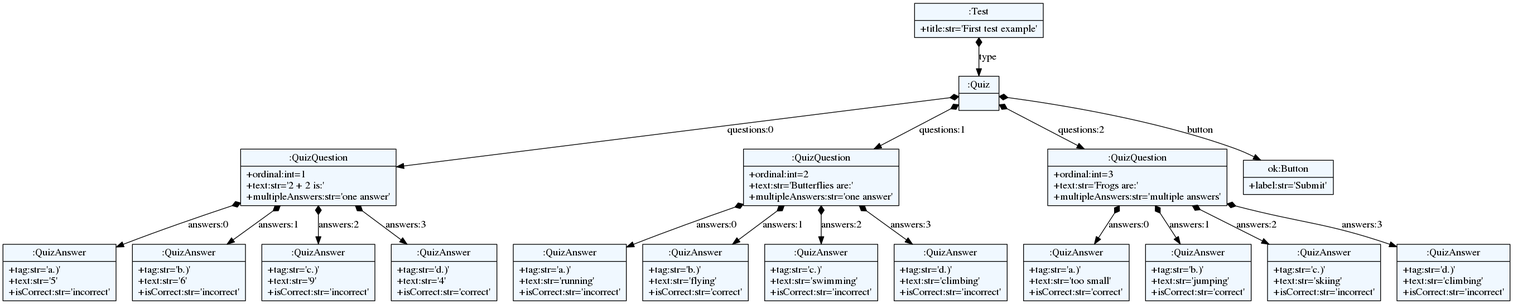
Earlier version of the Graphviz export quiz/example.png (igen-ftn/quizgen). Its source is kept beside it as quiz/example.dot. The source it was exported from:
```dot
    digraph xtext {
    fontname = "Bitstream Vera Sans"
    fontsize = 8
    node[
        shape=record,
        style=filled,
        fillcolor=aliceblue
    ]
    nodesep = 0.3
    edge[dir=black,arrowtail=empty]


140619227879464 -> 140619227604528 [label="type" arrowtail=diamond dir=both]
140619227604528 -> 140619227605760 [label="questions:0" arrowtail=diamond dir=both]
140619227605760 -> 140619227605984 [label="answers:0" arrowtail=diamond dir=both]
140619227605984[label="{:QuizAnswer|+tag:str='a.)'\l+text:str='5'\l+isCorrect:str='incorrect'\l}"]
140619227605760 -> 140619227606096 [label="answers:1" arrowtail=diamond dir=both]
140619227606096[label="{:QuizAnswer|+tag:str='b.)'\l+text:str='6'\l+isCorrect:str='incorrect'\l}"]
140619227605760 -> 140619227606208 [label="answers:2" arrowtail=diamond dir=both]
140619227606208[label="{:QuizAnswer|+tag:str='c.)'\l+text:str='9'\l+isCorrect:str='incorrect'\l}"]
140619227605760 -> 140619227606320 [label="answers:3" arrowtail=diamond dir=both]
140619227606320[label="{:QuizAnswer|+tag:str='d.)'\l+text:str='4'\l+isCorrect:str='correct'\l}"]
140619227605760[label="{:QuizQuestion|+ordinal:int=1\l+text:str='2 + 2 is:'\l+multipleAnswers:str='one answer'\l}"]
140619227604528 -> 140619227605928 [label="questions:1" arrowtail=diamond dir=both]
140619227605928 -> 140619227606432 [label="answers:0" arrowtail=diamond dir=both]
140619227606432[label="{:QuizAnswer|+tag:str='a.)'\l+text:str='running'\l+isCorrect:str='incorrect'\l}"]
140619227605928 -> 140619227606600 [label="answers:1" arrowtail=diamond dir=both]
140619227606600[label="{:QuizAnswer|+tag:str='b.)'\l+text:str='flying'\l+isCorrect:str='correct'\l}"]
140619227605928 -> 140619227606824 [label="answers:2" arrowtail=diamond dir=both]
140619227606824[label="{:QuizAnswer|+tag:str='c.)'\l+text:str='swimming'\l+isCorrect:str='incorrect'\l}"]
140619227605928 -> 140619227606992 [label="answers:3" arrowtail=diamond dir=both]
140619227606992[label="{:QuizAnswer|+tag:str='d.)'\l+text:str='climbing'\l+isCorrect:str='incorrect'\l}"]
140619227605928[label="{:QuizQuestion|+ordinal:int=2\l+text:str='Butterflies are:'\l+multipleAnswers:str='one answer'\l}"]
140619227604528 -> 140619227606040 [label="questions:2" arrowtail=diamond dir=both]
140619227606040 -> 140619227635784 [label="answers:0" arrowtail=diamond dir=both]
140619227635784[label="{:QuizAnswer|+tag:str='a.)'\l+text:str='too small'\l+isCorrect:str='correct'\l}"]
140619227606040 -> 140619227635952 [label="answers:1" arrowtail=diamond dir=both]
140619227635952[label="{:QuizAnswer|+tag:str='b.)'\l+text:str='jumping'\l+isCorrect:str='correct'\l}"]
140619227606040 -> 140619227636064 [label="answers:2" arrowtail=diamond dir=both]
140619227636064[label="{:QuizAnswer|+tag:str='c.)'\l+text:str='skiing'\l+isCorrect:str='incorrect'\l}"]
140619227606040 -> 140619227636288 [label="answers:3" arrowtail=diamond dir=both]
140619227636288[label="{:QuizAnswer|+tag:str='d.)'\l+text:str='climbing'\l+isCorrect:str='incorrect'\l}"]
140619227606040[label="{:QuizQuestion|+ordinal:int=3\l+text:str='Frogs are:'\l+multipleAnswers:str='multiple answers'\l}"]
140619227604528 -> 140619227604640 [label="button" arrowtail=diamond dir=both]
140619227604640[label="{ok:Button|+label:str='Submit'\l}"]
140619227604528[label="{:Quiz|}"]
140619227879464[label="{:Test|+title:str='First test example'\l}"]

}
```
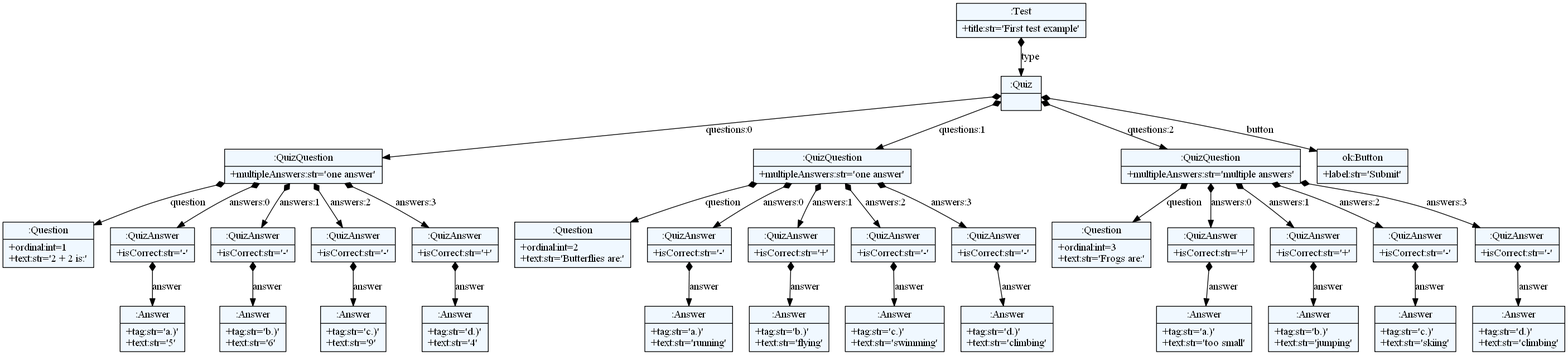
The same diagram one commit later.

Diff of the diagram source:
```diff
@@ -10,40 +10,70 @@
     edge[dir=black,arrowtail=empty]
 
 
-140619227879464 -> 140619227604528 [label="type" arrowtail=diamond dir=both]
-140619227604528 -> 140619227605760 [label="questions:0" arrowtail=diamond dir=both]
-140619227605760 -> 140619227605984 [label="answers:0" arrowtail=diamond dir=both]
-140619227605984[label="{:QuizAnswer|+tag:str='a.)'\l+text:str='5'\l+isCorrect:str='incorrect'\l}"]
-140619227605760 -> 140619227606096 [label="answers:1" arrowtail=diamond dir=both]
-140619227606096[label="{:QuizAnswer|+tag:str='b.)'\l+text:str='6'\l+isCorrect:str='incorrect'\l}"]
-140619227605760 -> 140619227606208 [label="answers:2" arrowtail=diamond dir=both]
-140619227606208[label="{:QuizAnswer|+tag:str='c.)'\l+text:str='9'\l+isCorrect:str='incorrect'\l}"]
-140619227605760 -> 140619227606320 [label="answers:3" arrowtail=diamond dir=both]
-140619227606320[label="{:QuizAnswer|+tag:str='d.)'\l+text:str='4'\l+isCorrect:str='correct'\l}"]
-140619227605760[label="{:QuizQuestion|+ordinal:int=1\l+text:str='2 + 2 is:'\l+multipleAnswers:str='one answer'\l}"]
-140619227604528 -> 140619227605928 [label="questions:1" arrowtail=diamond dir=both]
-140619227605928 -> 140619227606432 [label="answers:0" arrowtail=diamond dir=both]
-140619227606432[label="{:QuizAnswer|+tag:str='a.)'\l+text:str='running'\l+isCorrect:str='incorrect'\l}"]
-140619227605928 -> 140619227606600 [label="answers:1" arrowtail=diamond dir=both]
-140619227606600[label="{:QuizAnswer|+tag:str='b.)'\l+text:str='flying'\l+isCorrect:str='correct'\l}"]
-140619227605928 -> 140619227606824 [label="answers:2" arrowtail=diamond dir=both]
-140619227606824[label="{:QuizAnswer|+tag:str='c.)'\l+text:str='swimming'\l+isCorrect:str='incorrect'\l}"]
-140619227605928 -> 140619227606992 [label="answers:3" arrowtail=diamond dir=both]
-140619227606992[label="{:QuizAnswer|+tag:str='d.)'\l+text:str='climbing'\l+isCorrect:str='incorrect'\l}"]
-140619227605928[label="{:QuizQuestion|+ordinal:int=2\l+text:str='Butterflies are:'\l+multipleAnswers:str='one answer'\l}"]
-140619227604528 -> 140619227606040 [label="questions:2" arrowtail=diamond dir=both]
-140619227606040 -> 140619227635784 [label="answers:0" arrowtail=diamond dir=both]
-140619227635784[label="{:QuizAnswer|+tag:str='a.)'\l+text:str='too small'\l+isCorrect:str='correct'\l}"]
-140619227606040 -> 140619227635952 [label="answers:1" arrowtail=diamond dir=both]
-140619227635952[label="{:QuizAnswer|+tag:str='b.)'\l+text:str='jumping'\l+isCorrect:str='correct'\l}"]
-140619227606040 -> 140619227636064 [label="answers:2" arrowtail=diamond dir=both]
-140619227636064[label="{:QuizAnswer|+tag:str='c.)'\l+text:str='skiing'\l+isCorrect:str='incorrect'\l}"]
-140619227606040 -> 140619227636288 [label="answers:3" arrowtail=diamond dir=both]
-140619227636288[label="{:QuizAnswer|+tag:str='d.)'\l+text:str='climbing'\l+isCorrect:str='incorrect'\l}"]
-140619227606040[label="{:QuizQuestion|+ordinal:int=3\l+text:str='Frogs are:'\l+multipleAnswers:str='multiple answers'\l}"]
-140619227604528 -> 140619227604640 [label="button" arrowtail=diamond dir=both]
-140619227604640[label="{ok:Button|+label:str='Submit'\l}"]
-140619227604528[label="{:Quiz|}"]
-140619227879464[label="{:Test|+title:str='First test example'\l}"]
+2153165108448 -> 2153165011488 [label="type" arrowtail=diamond dir=both]
+2153165011488 -> 2153165011152 [label="questions:0" arrowtail=diamond dir=both]
+2153165011152 -> 2153165010144 [label="question" arrowtail=diamond dir=both]
+2153165010144[label="{:Question|+ordinal:int=1\l+text:str='2 + 2 is:'\l}"]
+2153165011152 -> 2153165010088 [label="answers:0" arrowtail=diamond dir=both]
+2153165010088 -> 2153165009920 [label="answer" arrowtail=diamond dir=both]
+2153165009920[label="{:Answer|+tag:str='a.)'\l+text:str='5'\l}"]
+2153165010088[label="{:QuizAnswer|+isCorrect:str='-'\l}"]
+2153165011152 -> 2153165009976 [label="answers:1" arrowtail=diamond dir=both]
+2153165009976 -> 2153165009864 [label="answer" arrowtail=diamond dir=both]
+2153165009864[label="{:Answer|+tag:str='b.)'\l+text:str='6'\l}"]
+2153165009976[label="{:QuizAnswer|+isCorrect:str='-'\l}"]
+2153165011152 -> 2153165009808 [label="answers:2" arrowtail=diamond dir=both]
+2153165009808 -> 2153165009640 [label="answer" arrowtail=diamond dir=both]
+2153165009640[label="{:Answer|+tag:str='c.)'\l+text:str='9'\l}"]
+2153165009808[label="{:QuizAnswer|+isCorrect:str='-'\l}"]
+2153165011152 -> 2153165009696 [label="answers:3" arrowtail=diamond dir=both]
+2153165009696 -> 2153165009472 [label="answer" arrowtail=diamond dir=both]
+2153165009472[label="{:Answer|+tag:str='d.)'\l+text:str='4'\l}"]
+2153165009696[label="{:QuizAnswer|+isCorrect:str='+'\l}"]
+2153165011152[label="{:QuizQuestion|+multipleAnswers:str='one answer'\l}"]
+2153165011488 -> 2153165010368 [label="questions:1" arrowtail=diamond dir=both]
+2153165010368 -> 2153165009528 [label="question" arrowtail=diamond dir=both]
+2153165009528[label="{:Question|+ordinal:int=2\l+text:str='Butterflies are:'\l}"]
+2153165010368 -> 2153165009360 [label="answers:0" arrowtail=diamond dir=both]
+2153165009360 -> 2153165009192 [label="answer" arrowtail=diamond dir=both]
+2153165009192[label="{:Answer|+tag:str='a.)'\l+text:str='running'\l}"]
+2153165009360[label="{:QuizAnswer|+isCorrect:str='-'\l}"]
+2153165010368 -> 2153165009136 [label="answers:1" arrowtail=diamond dir=both]
+2153165009136 -> 2153165009080 [label="answer" arrowtail=diamond dir=both]
+2153165009080[label="{:Answer|+tag:str='b.)'\l+text:str='flying'\l}"]
+2153165009136[label="{:QuizAnswer|+isCorrect:str='+'\l}"]
+2153165010368 -> 2153165009024 [label="answers:2" arrowtail=diamond dir=both]
+2153165009024 -> 2153164973168 [label="answer" arrowtail=diamond dir=both]
+2153164973168[label="{:Answer|+tag:str='c.)'\l+text:str='swimming'\l}"]
+2153165009024[label="{:QuizAnswer|+isCorrect:str='-'\l}"]
+2153165010368 -> 2153164960656 [label="answers:3" arrowtail=diamond dir=both]
+2153164960656 -> 2153164972384 [label="answer" arrowtail=diamond dir=both]
+2153164972384[label="{:Answer|+tag:str='d.)'\l+text:str='climbing'\l}"]
+2153164960656[label="{:QuizAnswer|+isCorrect:str='-'\l}"]
+2153165010368[label="{:QuizQuestion|+multipleAnswers:str='one answer'\l}"]
+2153165011488 -> 2153165010032 [label="questions:2" arrowtail=diamond dir=both]
+2153165010032 -> 2153164972440 [label="question" arrowtail=diamond dir=both]
+2153164972440[label="{:Question|+ordinal:int=3\l+text:str='Frogs are:'\l}"]
+2153165010032 -> 2153164972552 [label="answers:0" arrowtail=diamond dir=both]
+2153164972552 -> 2153164972720 [label="answer" arrowtail=diamond dir=both]
+2153164972720[label="{:Answer|+tag:str='a.)'\l+text:str='too small'\l}"]
+2153164972552[label="{:QuizAnswer|+isCorrect:str='+'\l}"]
+2153165010032 -> 2153164972776 [label="answers:1" arrowtail=diamond dir=both]
+2153164972776 -> 2153164972832 [label="answer" arrowtail=diamond dir=both]
+2153164972832[label="{:Answer|+tag:str='b.)'\l+text:str='jumping'\l}"]
+2153164972776[label="{:QuizAnswer|+isCorrect:str='+'\l}"]
+2153165010032 -> 2153164972888 [label="answers:2" arrowtail=diamond dir=both]
+2153164972888 -> 2153164973056 [label="answer" arrowtail=diamond dir=both]
+2153164973056[label="{:Answer|+tag:str='c.)'\l+text:str='skiing'\l}"]
+2153164972888[label="{:QuizAnswer|+isCorrect:str='-'\l}"]
+2153165010032 -> 2153164973000 [label="answers:3" arrowtail=diamond dir=both]
+2153164973000 -> 2153164992464 [label="answer" arrowtail=diamond dir=both]
+2153164992464[label="{:Answer|+tag:str='d.)'\l+text:str='climbing'\l}"]
+2153164973000[label="{:QuizAnswer|+isCorrect:str='-'\l}"]
+2153165010032[label="{:QuizQuestion|+multipleAnswers:str='multiple answers'\l}"]
+2153165011488 -> 2153165011376 [label="button" arrowtail=diamond dir=both]
+2153165011376[label="{ok:Button|+label:str='Submit'\l}"]
+2153165011488[label="{:Quiz|}"]
+2153165108448[label="{:Test|+title:str='First test example'\l}"]
 
 }
```
